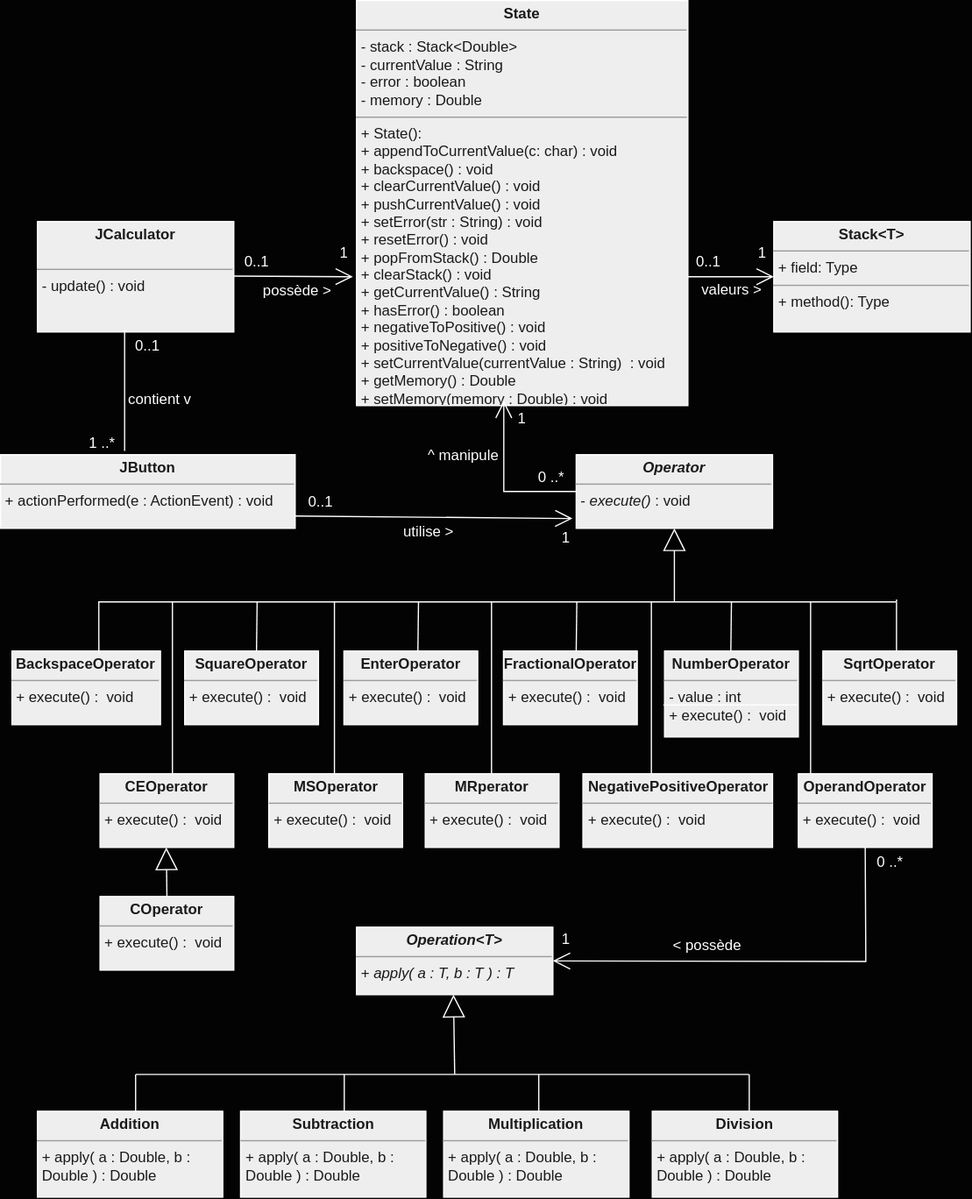
The draw.io diagram Diagram.svg in POO-Lestiboudois-Parisod/Lab07, before a commit. Source tidied: cells renumbered, new cells last; positions are measured from the earlier drawing's top-left corner, leaving out a move shared by most shapes.
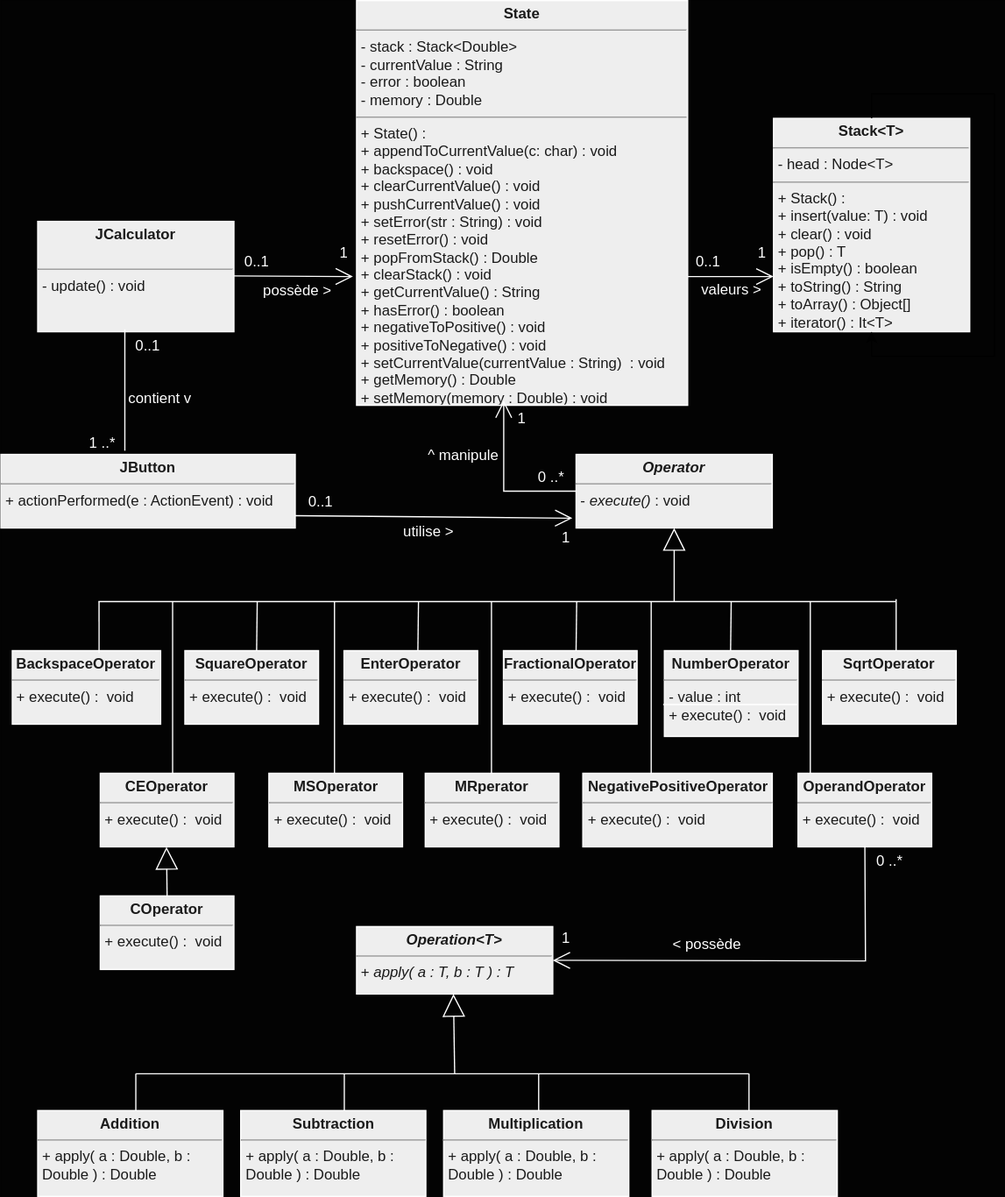
The same file after the commit.

Commit message:
modifications stack dans le diagramme

Diff of the diagram source:
```diff
@@ -5,11 +5,11 @@
     <mxCell id="2" value="&lt;p style=&quot;margin:0px;margin-top:4px;text-align:center;&quot;&gt;&lt;b&gt;JCalculator&lt;/b&gt;&lt;/p&gt;&lt;p style=&quot;margin:0px;margin-left:4px;&quot;&gt;&lt;br&gt;&lt;/p&gt;&lt;hr size=&quot;1&quot;&gt;&lt;p style=&quot;margin:0px;margin-left:4px;&quot;&gt;- update() : void&lt;/p&gt;" style="verticalAlign=top;align=left;overflow=fill;fontSize=12;fontFamily=Helvetica;html=1;whiteSpace=wrap;labelBackgroundColor=none;fillColor=#EEEEEE;strokeColor=#FFFFFF;fontColor=#1A1A1A;" parent="1" vertex="1">
       <mxGeometry x="30" y="180" width="160" height="90" as="geometry" />
     </mxCell>
-    <mxCell id="3" value="&lt;p style=&quot;margin:0px;margin-top:4px;text-align:center;&quot;&gt;&lt;b&gt;State&lt;/b&gt;&lt;/p&gt;&lt;hr size=&quot;1&quot;&gt;&lt;p style=&quot;margin:0px;margin-left:4px;&quot;&gt;- stack : Stack&amp;lt;Double&amp;gt;&lt;/p&gt;&lt;p style=&quot;margin:0px;margin-left:4px;&quot;&gt;- currentValue : String&lt;/p&gt;&lt;p style=&quot;margin:0px;margin-left:4px;&quot;&gt;- error : boolean&lt;/p&gt;&lt;p style=&quot;margin:0px;margin-left:4px;&quot;&gt;- memory : Double&lt;/p&gt;&lt;hr size=&quot;1&quot;&gt;&lt;p style=&quot;margin:0px;margin-left:4px;&quot;&gt;+ State():&amp;nbsp;&lt;/p&gt;&lt;p style=&quot;margin:0px;margin-left:4px;&quot;&gt;+ appendToCurrentValue(c: char) : void&lt;/p&gt;&lt;p style=&quot;margin:0px;margin-left:4px;&quot;&gt;+ backspace() : void&lt;/p&gt;&lt;p style=&quot;margin:0px;margin-left:4px;&quot;&gt;+ clearCurrentValue() : void&lt;/p&gt;&lt;p style=&quot;margin:0px;margin-left:4px;&quot;&gt;+ pushCurrentValue() : void&lt;/p&gt;&lt;p style=&quot;margin:0px;margin-left:4px;&quot;&gt;+ setError(str : String) : void&lt;/p&gt;&lt;p style=&quot;margin:0px;margin-left:4px;&quot;&gt;+ resetError() : void&lt;/p&gt;&lt;p style=&quot;margin:0px;margin-left:4px;&quot;&gt;+ popFromStack() : Double&lt;/p&gt;&lt;p style=&quot;margin:0px;margin-left:4px;&quot;&gt;+ clearStack() : void&lt;/p&gt;&lt;p style=&quot;margin:0px;margin-left:4px;&quot;&gt;+ getCurrentValue() : String&lt;/p&gt;&lt;p style=&quot;margin:0px;margin-left:4px;&quot;&gt;+ hasError() : boolean&lt;/p&gt;&lt;p style=&quot;margin:0px;margin-left:4px;&quot;&gt;+ negativeToPositive() : void&lt;/p&gt;&lt;p style=&quot;margin:0px;margin-left:4px;&quot;&gt;+ positiveToNegative() : void&lt;/p&gt;&lt;p style=&quot;margin:0px;margin-left:4px;&quot;&gt;+ setCurrentValue(currentValue : String)&amp;nbsp; : void&lt;/p&gt;&lt;p style=&quot;margin:0px;margin-left:4px;&quot;&gt;+ getMemory() : Double&lt;/p&gt;&lt;p style=&quot;margin:0px;margin-left:4px;&quot;&gt;+ setMemory(memory : Double) : void&lt;/p&gt;" style="verticalAlign=top;align=left;overflow=fill;fontSize=12;fontFamily=Helvetica;html=1;whiteSpace=wrap;labelBackgroundColor=none;fillColor=#EEEEEE;strokeColor=#FFFFFF;fontColor=#1A1A1A;" parent="1" vertex="1">
+    <mxCell id="3" value="&lt;p style=&quot;margin:0px;margin-top:4px;text-align:center;&quot;&gt;&lt;b&gt;State&lt;/b&gt;&lt;/p&gt;&lt;hr size=&quot;1&quot;&gt;&lt;p style=&quot;margin:0px;margin-left:4px;&quot;&gt;- stack : Stack&amp;lt;Double&amp;gt;&lt;/p&gt;&lt;p style=&quot;margin:0px;margin-left:4px;&quot;&gt;- currentValue : String&lt;/p&gt;&lt;p style=&quot;margin:0px;margin-left:4px;&quot;&gt;- error : boolean&lt;/p&gt;&lt;p style=&quot;margin:0px;margin-left:4px;&quot;&gt;- memory : Double&lt;/p&gt;&lt;hr size=&quot;1&quot;&gt;&lt;p style=&quot;margin:0px;margin-left:4px;&quot;&gt;+ State() :&amp;nbsp;&lt;/p&gt;&lt;p style=&quot;margin:0px;margin-left:4px;&quot;&gt;+ appendToCurrentValue(c: char) : void&lt;/p&gt;&lt;p style=&quot;margin:0px;margin-left:4px;&quot;&gt;+ backspace() : void&lt;/p&gt;&lt;p style=&quot;margin:0px;margin-left:4px;&quot;&gt;+ clearCurrentValue() : void&lt;/p&gt;&lt;p style=&quot;margin:0px;margin-left:4px;&quot;&gt;+ pushCurrentValue() : void&lt;/p&gt;&lt;p style=&quot;margin:0px;margin-left:4px;&quot;&gt;+ setError(str : String) : void&lt;/p&gt;&lt;p style=&quot;margin:0px;margin-left:4px;&quot;&gt;+ resetError() : void&lt;/p&gt;&lt;p style=&quot;margin:0px;margin-left:4px;&quot;&gt;+ popFromStack() : Double&lt;/p&gt;&lt;p style=&quot;margin:0px;margin-left:4px;&quot;&gt;+ clearStack() : void&lt;/p&gt;&lt;p style=&quot;margin:0px;margin-left:4px;&quot;&gt;+ getCurrentValue() : String&lt;/p&gt;&lt;p style=&quot;margin:0px;margin-left:4px;&quot;&gt;+ hasError() : boolean&lt;/p&gt;&lt;p style=&quot;margin:0px;margin-left:4px;&quot;&gt;+ negativeToPositive() : void&lt;/p&gt;&lt;p style=&quot;margin:0px;margin-left:4px;&quot;&gt;+ positiveToNegative() : void&lt;/p&gt;&lt;p style=&quot;margin:0px;margin-left:4px;&quot;&gt;+ setCurrentValue(currentValue : String)&amp;nbsp; : void&lt;/p&gt;&lt;p style=&quot;margin:0px;margin-left:4px;&quot;&gt;+ getMemory() : Double&lt;/p&gt;&lt;p style=&quot;margin:0px;margin-left:4px;&quot;&gt;+ setMemory(memory : Double) : void&lt;/p&gt;" style="verticalAlign=top;align=left;overflow=fill;fontSize=12;fontFamily=Helvetica;html=1;whiteSpace=wrap;labelBackgroundColor=none;fillColor=#EEEEEE;strokeColor=#FFFFFF;fontColor=#1A1A1A;" parent="1" vertex="1">
       <mxGeometry x="290" width="270" height="330" as="geometry" />
     </mxCell>
-    <mxCell id="4" value="&lt;p style=&quot;margin:0px;margin-top:4px;text-align:center;&quot;&gt;&lt;b&gt;Stack&amp;lt;T&amp;gt;&lt;/b&gt;&lt;/p&gt;&lt;hr size=&quot;1&quot;&gt;&lt;p style=&quot;margin:0px;margin-left:4px;&quot;&gt;+ field: Type&lt;/p&gt;&lt;hr size=&quot;1&quot;&gt;&lt;p style=&quot;margin:0px;margin-left:4px;&quot;&gt;+ method(): Type&lt;/p&gt;" style="verticalAlign=top;align=left;overflow=fill;fontSize=12;fontFamily=Helvetica;html=1;whiteSpace=wrap;labelBackgroundColor=none;fillColor=#EEEEEE;strokeColor=#FFFFFF;fontColor=#1A1A1A;" parent="1" vertex="1">
-      <mxGeometry x="630" y="180" width="160" height="90" as="geometry" />
+    <mxCell id="4" value="&lt;p style=&quot;margin:0px;margin-top:4px;text-align:center;&quot;&gt;&lt;b&gt;Stack&amp;lt;T&amp;gt;&lt;/b&gt;&lt;/p&gt;&lt;hr size=&quot;1&quot;&gt;&lt;p style=&quot;margin:0px;margin-left:4px;&quot;&gt;&lt;span style=&quot;background-color: initial;&quot;&gt;- head : Node&amp;lt;T&amp;gt;&lt;/span&gt;&lt;br&gt;&lt;/p&gt;&lt;hr size=&quot;1&quot;&gt;&lt;p style=&quot;margin:0px;margin-left:4px;&quot;&gt;&lt;span style=&quot;background-color: initial;&quot;&gt;+ Stack() :&lt;/span&gt;&lt;br&gt;&lt;/p&gt;&lt;p style=&quot;margin:0px;margin-left:4px;&quot;&gt;+ insert(value: T) : void&lt;/p&gt;&lt;p style=&quot;margin:0px;margin-left:4px;&quot;&gt;+ clear() : void&lt;/p&gt;&lt;p style=&quot;margin:0px;margin-left:4px;&quot;&gt;+ pop() : T&lt;/p&gt;&lt;p style=&quot;margin:0px;margin-left:4px;&quot;&gt;+ isEmpty() : boolean&lt;/p&gt;&lt;p style=&quot;margin:0px;margin-left:4px;&quot;&gt;+ toString() : String&lt;/p&gt;&lt;p style=&quot;margin:0px;margin-left:4px;&quot;&gt;+ toArray() : Object[]&lt;/p&gt;&lt;p style=&quot;margin:0px;margin-left:4px;&quot;&gt;+ iterator() : It&amp;lt;T&amp;gt;&lt;/p&gt;" style="verticalAlign=top;align=left;overflow=fill;fontSize=12;fontFamily=Helvetica;html=1;whiteSpace=wrap;labelBackgroundColor=none;fillColor=#EEEEEE;strokeColor=#FFFFFF;fontColor=#1A1A1A;" parent="1" vertex="1">
+      <mxGeometry x="630" y="96" width="160" height="174" as="geometry" />
     </mxCell>
     <mxCell id="5" value="&lt;p style=&quot;margin:0px;margin-top:4px;text-align:center;&quot;&gt;&lt;b&gt;JButton&lt;/b&gt;&lt;/p&gt;&lt;hr size=&quot;1&quot;&gt;&lt;p style=&quot;margin:0px;margin-left:4px;&quot;&gt;&lt;/p&gt;&lt;p style=&quot;margin:0px;margin-left:4px;&quot;&gt;+ actionPerformed(e : ActionEvent) : void&lt;/p&gt;" style="verticalAlign=top;align=left;overflow=fill;fontSize=12;fontFamily=Helvetica;html=1;whiteSpace=wrap;labelBackgroundColor=none;fillColor=#EEEEEE;strokeColor=#FFFFFF;fontColor=#1A1A1A;" parent="1" vertex="1">
       <mxGeometry y="370" width="240" height="60" as="geometry" />
@@ -279,5 +279,8 @@
         <mxPoint x="580" y="120" as="targetPoint" />
       </mxGeometry>
     </mxCell>
+    <mxCell id="70" style="edgeStyle=orthogonalEdgeStyle;rounded=0;orthogonalLoop=1;jettySize=auto;html=1;exitX=0.5;exitY=0;exitDx=0;exitDy=0;" parent="1" edge="1" source="4" target="4">
+      <mxGeometry relative="1" as="geometry" />
+    </mxCell>
   </root>
 </mxGraphModel>
```
